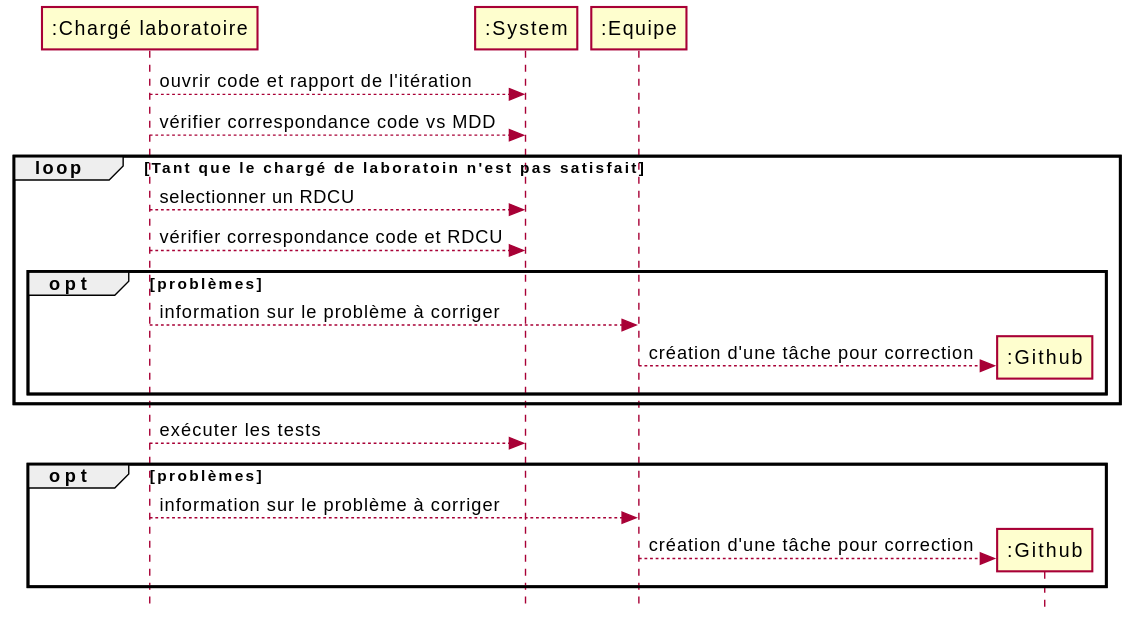
profcfuhrmanets/log210-jeu-de-des-node-express-ts keeps this PlantUML diagram as README/dss-evaluation-implementation.svg. Above is the earlier version.
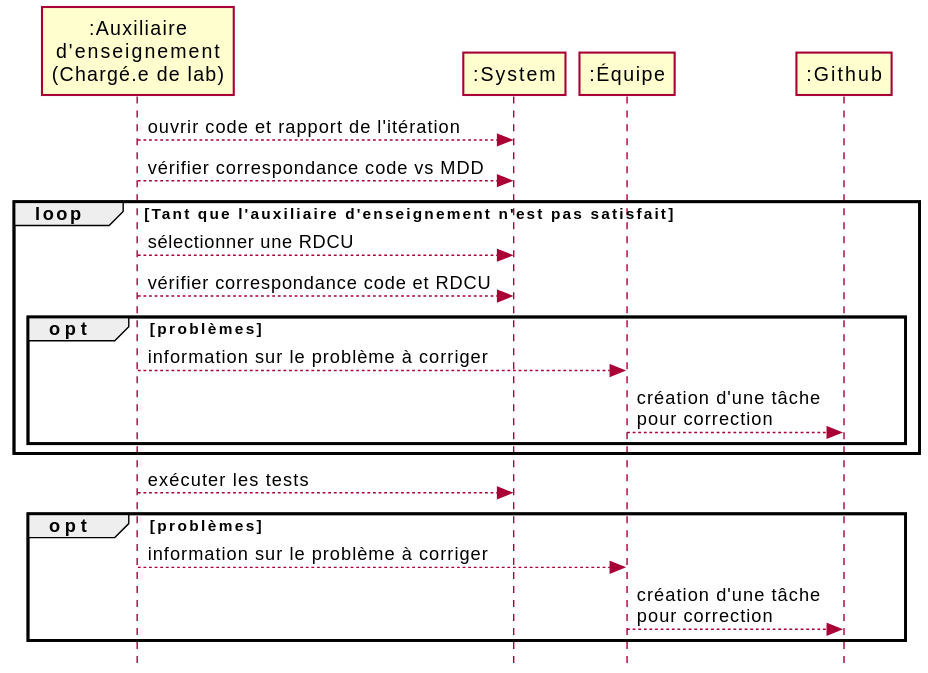
The same diagram one commit later.

What changed in the source:
```diff
@@ -1,24 +1,24 @@
 @startuml
 skinparam style strictuml
-    participant ":Chargé laboratoire" as C
-    participant ":System" as S
-    participant ":Equipe" as E
-    participant ":Github" as G
+participant ":Auxiliaire\nd'enseignement\n(Chargé.e de lab)" as C
+participant ":System" as S
+participant ":Équipe" as E
+participant ":Github" as G
 
-    C --> S: ouvrir code et rapport de l'itération
-    C --> S: vérifier correspondance code vs MDD
-    Loop Tant que le chargé de laboratoin n'est pas satisfait
-        C --> S: selectionner un RDCU
-        C --> S: vérifier correspondance code et RDCU
-        opt problèmes
-            C --> E : information sur le problème à corriger
-            E --> G**: création d'une tâche pour correction
-        end
+C --> S: ouvrir code et rapport de l'itération
+C --> S: vérifier correspondance code vs MDD
+loop Tant que l'auxiliaire d'enseignement n'est pas satisfait
+    C --> S: sélectionner une RDCU
+    C --> S: vérifier correspondance code et RDCU
+    opt problèmes
+        C --> E : information sur le problème à corriger
+        E --> G: création d'une tâche\npour correction
+    end
+end
 
-    end
-    C -->S: exécuter les tests
-    opt problèmes
-            C --> E : information sur le problème à corriger
-            E --> G**: création d'une tâche pour correction
-        end
+C -->S: exécuter les tests
+opt problèmes
+    C --> E : information sur le problème à corriger
+    E --> G: création d'une tâche\npour correction
+end
 @enduml
```
